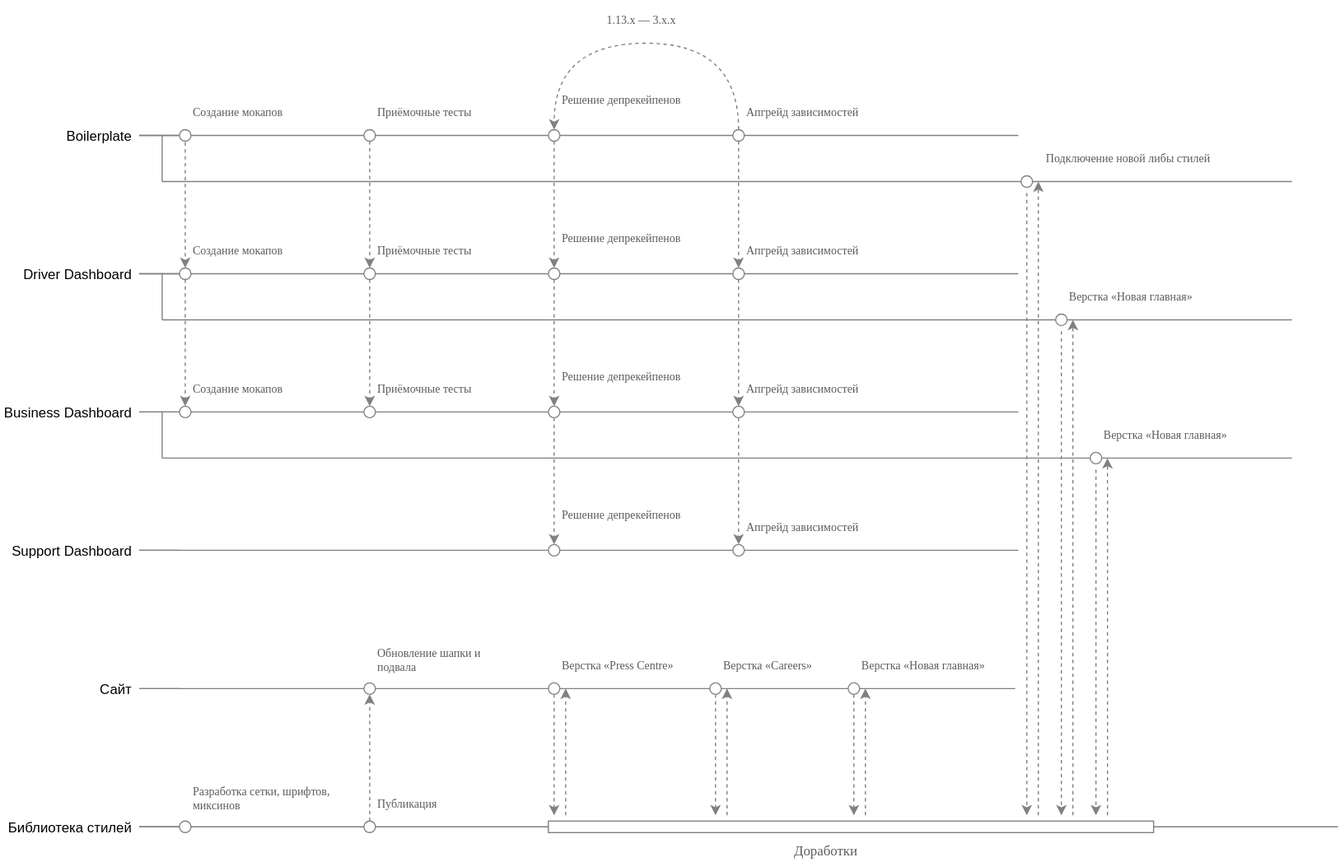
ajile/draw-io keeps this draw.io diagram as web-roadmaps.svg. Above is the earlier version. Source tidied: cells renumbered, new cells last; positions are measured from the earlier drawing's top-left corner, leaving out a move shared by most shapes.
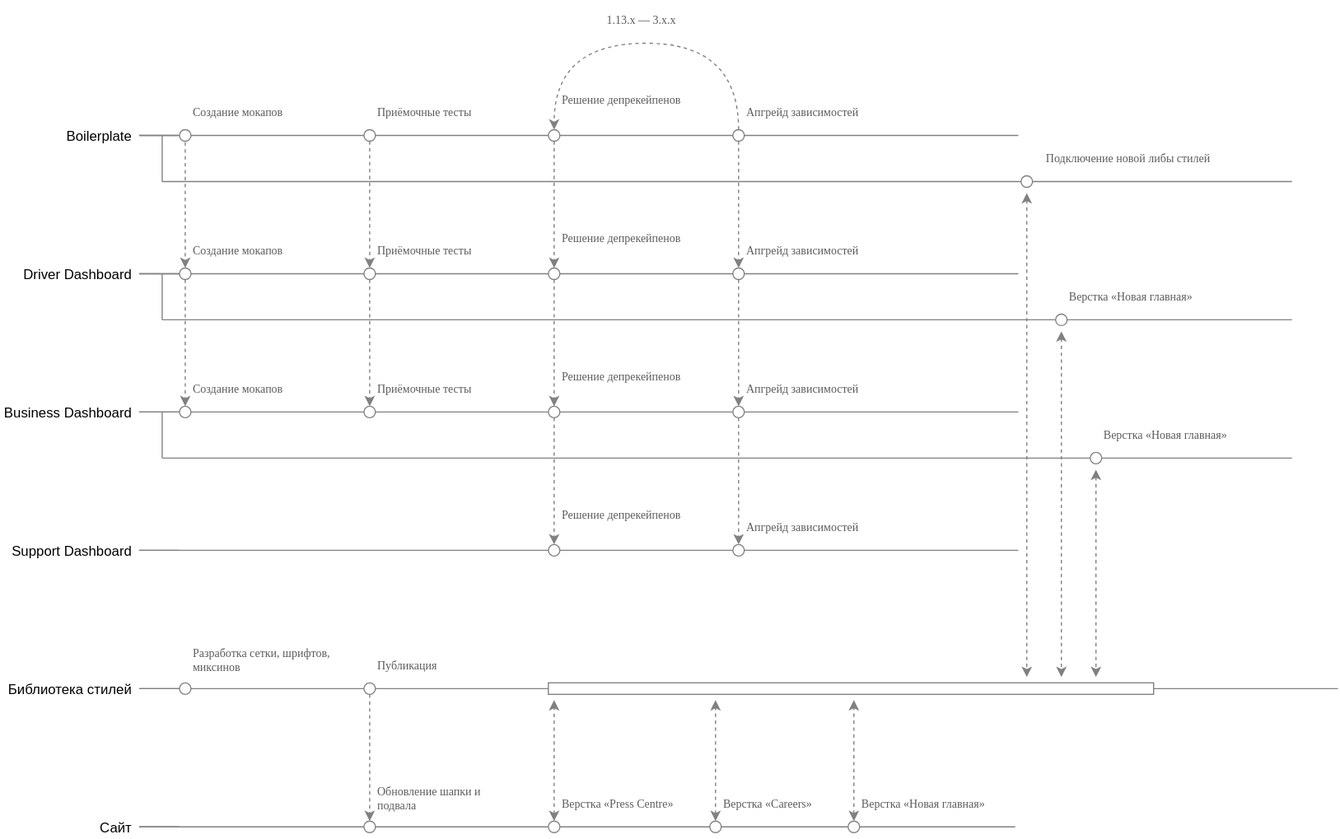
After the commit.

The edit, as a diff of the source:
```diff
@@ -5,10 +5,4 @@
     <mxCell id="2" value="Разработка сетки, шрифтов, миксинов&lt;br&gt;" style="text;html=1;strokeColor=none;fillColor=none;align=left;verticalAlign=middle;whiteSpace=wrap;rounded=0;shadow=0;fontFamily=Verdana;fontSize=10;fontColor=#5C5C5C;horizontal=1;" parent="1" vertex="1">
-      <mxGeometry x="165" y="670" width="125" height="30" as="geometry" />
+      <mxGeometry x="165" y="550" width="125" height="30" as="geometry" />
     </mxCell>
-    <mxCell id="3" style="edgeStyle=orthogonalEdgeStyle;rounded=0;html=1;exitX=0.25;exitY=0;entryX=0.25;entryY=0;dashed=1;labelBackgroundColor=none;startArrow=none;startFill=0;endArrow=classic;endFill=1;jettySize=auto;orthogonalLoop=1;strokeColor=#808080;strokeWidth=1;fontFamily=Verdana;fontSize=10;fontColor=#5C5C5C;" parent="1" edge="1">
-      <mxGeometry relative="1" as="geometry">
-        <mxPoint x="356" y="680" as="sourcePoint" />
-        <mxPoint x="356" y="680" as="targetPoint" />
-      </mxGeometry>
-    </mxCell>
     <mxCell id="4" style="endArrow=none;html=1;labelBackgroundColor=none;strokeColor=#808080;strokeWidth=1;fontFamily=Verdana;fontSize=12;fontColor=#5C5C5C;" parent="1" edge="1">
@@ -199,4 +193,4 @@
       <mxGeometry relative="1" as="geometry">
-        <mxPoint x="120" y="590" as="sourcePoint" />
-        <mxPoint x="880" y="590" as="targetPoint" />
+        <mxPoint x="120" y="710" as="sourcePoint" />
+        <mxPoint x="880" y="710" as="targetPoint" />
       </mxGeometry>
@@ -205,3 +199,3 @@
       <mxGeometry relative="1" as="geometry">
-        <mxPoint x="155" y="590" as="sourcePoint" />
+        <mxPoint x="155" y="710" as="sourcePoint" />
       </mxGeometry>
@@ -209,3 +203,3 @@
     <mxCell id="61" value="&lt;div style=&quot;text-align: left&quot;&gt;Сайт&lt;/div&gt;" style="text;html=1;strokeColor=none;fillColor=none;align=right;verticalAlign=middle;whiteSpace=wrap;rounded=0;spacingRight=5;" parent="1" vertex="1">
-      <mxGeometry y="580" width="120" height="20" as="geometry" />
+      <mxGeometry y="700" width="120" height="20" as="geometry" />
     </mxCell>
@@ -213,32 +207,20 @@
       <mxGeometry relative="1" as="geometry">
-        <mxPoint x="1160" y="710" as="targetPoint" />
+        <mxPoint x="1160" y="590" as="targetPoint" />
       </mxGeometry>
     </mxCell>
-    <mxCell id="63" style="edgeStyle=orthogonalEdgeStyle;rounded=0;html=1;exitX=0.5;exitY=0;entryX=0.5;entryY=0;labelBackgroundColor=none;startArrow=none;startFill=0;endArrow=classic;endFill=1;jettySize=auto;orthogonalLoop=1;strokeColor=#808080;strokeWidth=1;fontFamily=Verdana;fontSize=10;fontColor=#5C5C5C;" parent="1" edge="1">
-      <mxGeometry relative="1" as="geometry">
-        <mxPoint x="508" y="670" as="sourcePoint" />
-        <mxPoint x="508" y="670" as="targetPoint" />
-      </mxGeometry>
-    </mxCell>
     <mxCell id="64" value="&lt;div style=&quot;text-align: left&quot;&gt;Библиотека стилей&lt;/div&gt;" style="text;html=1;strokeColor=none;fillColor=none;align=right;verticalAlign=middle;whiteSpace=wrap;rounded=0;spacingRight=5;" parent="1" vertex="1">
-      <mxGeometry y="700" width="120" height="20" as="geometry" />
+      <mxGeometry y="580" width="120" height="20" as="geometry" />
     </mxCell>
     <mxCell id="65" style="ellipse;whiteSpace=wrap;html=1;rounded=0;shadow=0;strokeColor=#808080;strokeWidth=1;fillColor=#ffffff;gradientColor=none;fontFamily=Verdana;fontSize=12;fontColor=#5C5C5C;align=left;" parent="1" vertex="1">
-      <mxGeometry x="315" y="585" width="10" height="10" as="geometry" />
+      <mxGeometry x="315" y="705" width="10" height="10" as="geometry" />
     </mxCell>
     <mxCell id="66" value="Обновление шапки и подвала" style="text;html=1;strokeColor=none;fillColor=none;align=left;verticalAlign=middle;whiteSpace=wrap;rounded=0;shadow=0;fontFamily=Verdana;fontSize=10;fontColor=#5C5C5C;horizontal=1;" parent="1" vertex="1">
-      <mxGeometry x="325" y="550" width="125" height="30" as="geometry" />
+      <mxGeometry x="325" y="670" width="125" height="30" as="geometry" />
     </mxCell>
-    <mxCell id="67" style="edgeStyle=orthogonalEdgeStyle;rounded=0;html=1;entryX=0.5;entryY=1;dashed=1;labelBackgroundColor=none;startArrow=none;startFill=0;endArrow=classic;endFill=1;jettySize=auto;strokeColor=#808080;strokeWidth=1;fontFamily=Verdana;fontSize=10;fontColor=#5C5C5C;" parent="1" edge="1" source="83" target="65">
+    <mxCell id="67" style="edgeStyle=orthogonalEdgeStyle;rounded=0;html=1;entryX=0.5;entryY=0;dashed=1;labelBackgroundColor=none;startArrow=none;startFill=0;endArrow=classic;endFill=1;jettySize=auto;strokeColor=#808080;strokeWidth=1;fontFamily=Verdana;fontSize=10;fontColor=#5C5C5C;" parent="1" edge="1" source="83" target="65">
       <mxGeometry relative="1" as="geometry" />
     </mxCell>
-    <mxCell id="68" style="edgeStyle=orthogonalEdgeStyle;rounded=0;html=1;exitX=0.5;exitY=0;entryX=0.5;entryY=0;labelBackgroundColor=none;startArrow=none;startFill=0;endArrow=classic;endFill=1;jettySize=auto;orthogonalLoop=1;strokeColor=#808080;strokeWidth=1;fontFamily=Verdana;fontSize=10;fontColor=#5C5C5C;" parent="1" edge="1">
-      <mxGeometry relative="1" as="geometry">
-        <mxPoint x="508" y="590" as="sourcePoint" />
-        <mxPoint x="508" y="590" as="targetPoint" />
-      </mxGeometry>
-    </mxCell>
-    <mxCell id="69" style="edgeStyle=orthogonalEdgeStyle;curved=1;rounded=0;html=1;dashed=1;labelBackgroundColor=none;startArrow=none;startFill=0;endArrow=classic;endFill=1;jettySize=auto;strokeColor=#808080;strokeWidth=1;fontFamily=Verdana;fontSize=10;fontColor=#5C5C5C;" parent="1" edge="1" source="70">
+    <mxCell id="69" style="edgeStyle=orthogonalEdgeStyle;curved=1;rounded=0;html=1;dashed=1;labelBackgroundColor=none;startArrow=classic;startFill=1;endArrow=classic;endFill=1;jettySize=auto;strokeColor=#808080;strokeWidth=1;fontFamily=Verdana;fontSize=10;fontColor=#5C5C5C;" parent="1" edge="1" source="70">
       <mxGeometry relative="1" as="geometry">
-        <mxPoint x="480" y="700" as="targetPoint" />
+        <mxPoint x="480" y="600" as="targetPoint" />
       </mxGeometry>
@@ -246,6 +228,6 @@
     <mxCell id="70" style="ellipse;whiteSpace=wrap;html=1;rounded=0;shadow=0;strokeColor=#808080;strokeWidth=1;fillColor=#ffffff;gradientColor=none;fontFamily=Verdana;fontSize=12;fontColor=#5C5C5C;align=left;" parent="1" vertex="1">
-      <mxGeometry x="475" y="585" width="10" height="10" as="geometry" />
+      <mxGeometry x="475" y="705" width="10" height="10" as="geometry" />
     </mxCell>
     <mxCell id="71" value="Верстка «Press Centre»" style="text;html=1;strokeColor=none;fillColor=none;align=left;verticalAlign=middle;whiteSpace=wrap;rounded=0;shadow=0;fontFamily=Verdana;fontSize=10;fontColor=#5C5C5C;horizontal=1;" parent="1" vertex="1">
-      <mxGeometry x="485" y="560" width="125" height="20" as="geometry" />
+      <mxGeometry x="485" y="680" width="125" height="20" as="geometry" />
     </mxCell>
@@ -254,11 +236,5 @@
     </mxCell>
-    <mxCell id="73" style="edgeStyle=orthogonalEdgeStyle;rounded=0;html=1;exitX=0.5;exitY=0;entryX=0.5;entryY=0;labelBackgroundColor=none;startArrow=none;startFill=0;endArrow=classic;endFill=1;jettySize=auto;orthogonalLoop=1;strokeColor=#808080;strokeWidth=1;fontFamily=Verdana;fontSize=10;fontColor=#5C5C5C;" parent="1" edge="1">
-      <mxGeometry relative="1" as="geometry">
-        <mxPoint x="548" y="630" as="sourcePoint" />
-        <mxPoint x="548" y="630" as="targetPoint" />
-      </mxGeometry>
-    </mxCell>
-    <mxCell id="74" style="edgeStyle=orthogonalEdgeStyle;rounded=0;html=1;dashed=1;labelBackgroundColor=none;startArrow=none;startFill=0;endArrow=classic;endFill=1;jettySize=auto;strokeColor=#808080;strokeWidth=1;fontFamily=Verdana;fontSize=10;fontColor=#5C5C5C;" parent="1" edge="1" source="75">
+    <mxCell id="74" style="edgeStyle=orthogonalEdgeStyle;rounded=0;html=1;dashed=1;labelBackgroundColor=none;startArrow=classic;startFill=1;endArrow=classic;endFill=1;jettySize=auto;strokeColor=#808080;strokeWidth=1;fontFamily=Verdana;fontSize=10;fontColor=#5C5C5C;" parent="1" edge="1" source="75">
       <mxGeometry relative="1" as="geometry">
-        <mxPoint x="620" y="700" as="targetPoint" />
+        <mxPoint x="620" y="600" as="targetPoint" />
       </mxGeometry>
@@ -266,6 +242,6 @@
     <mxCell id="75" style="ellipse;whiteSpace=wrap;html=1;rounded=0;shadow=0;strokeColor=#808080;strokeWidth=1;fillColor=#ffffff;gradientColor=none;fontFamily=Verdana;fontSize=12;fontColor=#5C5C5C;align=left;" parent="1" vertex="1">
-      <mxGeometry x="615" y="585" width="10" height="10" as="geometry" />
+      <mxGeometry x="615" y="705" width="10" height="10" as="geometry" />
     </mxCell>
     <mxCell id="76" value="Верстка «Careers»" style="text;html=1;strokeColor=none;fillColor=none;align=left;verticalAlign=middle;whiteSpace=wrap;rounded=0;shadow=0;fontFamily=Verdana;fontSize=10;fontColor=#5C5C5C;horizontal=1;" parent="1" vertex="1">
-      <mxGeometry x="625" y="560" width="125" height="20" as="geometry" />
+      <mxGeometry x="625" y="680" width="125" height="20" as="geometry" />
     </mxCell>
@@ -281,6 +257,6 @@
     <mxCell id="80" value="Публикация&lt;br&gt;" style="text;html=1;strokeColor=none;fillColor=none;align=left;verticalAlign=middle;whiteSpace=wrap;rounded=0;shadow=0;fontFamily=Verdana;fontSize=10;fontColor=#5C5C5C;horizontal=1;" parent="1" vertex="1">
-      <mxGeometry x="325" y="680" width="125" height="20" as="geometry" />
+      <mxGeometry x="325" y="560" width="125" height="20" as="geometry" />
     </mxCell>
     <mxCell id="81" style="rounded=0;whiteSpace=wrap;html=1;shadow=0;strokeColor=#808080;strokeWidth=1;fillColor=#ffffff;gradientColor=none;fontFamily=Verdana;fontSize=10;fontColor=#5C5C5C;align=right;" parent="1" vertex="1">
-      <mxGeometry x="475" y="705" width="525" height="10" as="geometry" />
+      <mxGeometry x="475" y="585" width="525" height="10" as="geometry" />
     </mxCell>
@@ -288,3 +264,3 @@
       <mxGeometry relative="1" as="geometry">
-        <mxPoint x="120" y="710" as="sourcePoint" />
+        <mxPoint x="120" y="590" as="sourcePoint" />
       </mxGeometry>
@@ -292,6 +268,6 @@
     <mxCell id="83" style="ellipse;whiteSpace=wrap;html=1;rounded=0;shadow=0;strokeColor=#808080;strokeWidth=1;fillColor=#ffffff;gradientColor=none;fontFamily=Verdana;fontSize=12;fontColor=#5C5C5C;align=left;" parent="1" vertex="1">
-      <mxGeometry x="315" y="705" width="10" height="10" as="geometry" />
+      <mxGeometry x="315" y="585" width="10" height="10" as="geometry" />
     </mxCell>
     <mxCell id="84" style="ellipse;whiteSpace=wrap;html=1;rounded=0;shadow=0;strokeColor=#808080;strokeWidth=1;fillColor=#ffffff;gradientColor=none;fontFamily=Verdana;fontSize=12;fontColor=#5C5C5C;align=left;" parent="1" vertex="1">
-      <mxGeometry x="155" y="705" width="10" height="10" as="geometry" />
+      <mxGeometry x="155" y="585" width="10" height="10" as="geometry" />
     </mxCell>
@@ -299,25 +275,10 @@
       <mxGeometry relative="1" as="geometry">
-        <mxPoint x="155" y="710" as="sourcePoint" />
+        <mxPoint x="155" y="590" as="sourcePoint" />
       </mxGeometry>
     </mxCell>
-    <mxCell id="86" value="Доработки" style="text;html=1;strokeColor=none;fillColor=none;align=center;verticalAlign=middle;whiteSpace=wrap;rounded=0;shadow=0;fontFamily=Verdana;fontSize=12;fontColor=#5C5C5C;horizontal=1;" parent="1" vertex="1">
-      <mxGeometry x="480" y="720" width="470" height="20" as="geometry" />
-    </mxCell>
-    <mxCell id="87" style="rounded=0;html=1;dashed=1;labelBackgroundColor=none;startArrow=none;startFill=0;endArrow=classic;endFill=1;jettySize=auto;orthogonalLoop=1;strokeColor=#808080;strokeWidth=1;fontFamily=Verdana;fontSize=10;fontColor=#5C5C5C;" parent="1" edge="1">
-      <mxGeometry relative="1" as="geometry">
-        <mxPoint x="490" y="700" as="sourcePoint" />
-        <mxPoint x="490" y="590" as="targetPoint" />
-      </mxGeometry>
-    </mxCell>
-    <mxCell id="88" style="rounded=0;html=1;dashed=1;labelBackgroundColor=none;startArrow=none;startFill=0;endArrow=classic;endFill=1;jettySize=auto;orthogonalLoop=1;strokeColor=#808080;strokeWidth=1;fontFamily=Verdana;fontSize=10;fontColor=#5C5C5C;" parent="1" edge="1">
-      <mxGeometry relative="1" as="geometry">
-        <mxPoint x="630" y="700" as="sourcePoint" />
-        <mxPoint x="630" y="590" as="targetPoint" />
-      </mxGeometry>
-    </mxCell>
     <mxCell id="89" style="ellipse;whiteSpace=wrap;html=1;rounded=0;shadow=0;strokeColor=#808080;strokeWidth=1;fillColor=#ffffff;gradientColor=none;fontFamily=Verdana;fontSize=12;fontColor=#5C5C5C;align=left;" parent="1" vertex="1">
-      <mxGeometry x="735" y="585" width="10" height="10" as="geometry" />
+      <mxGeometry x="735" y="705" width="10" height="10" as="geometry" />
     </mxCell>
     <mxCell id="90" value="Верстка «Новая главная»" style="text;html=1;strokeColor=none;fillColor=none;align=left;verticalAlign=middle;whiteSpace=wrap;rounded=0;shadow=0;fontFamily=Verdana;fontSize=10;fontColor=#5C5C5C;horizontal=1;" parent="1" vertex="1">
-      <mxGeometry x="745" y="560" width="145" height="20" as="geometry" />
+      <mxGeometry x="745" y="680" width="145" height="20" as="geometry" />
     </mxCell>
@@ -326,14 +287,2 @@
     </mxCell>
-    <mxCell id="92" style="edgeStyle=orthogonalEdgeStyle;rounded=0;html=1;dashed=1;labelBackgroundColor=none;startArrow=none;startFill=0;endArrow=classic;endFill=1;jettySize=auto;orthogonalLoop=1;strokeColor=#808080;strokeWidth=1;fontFamily=Verdana;fontSize=10;fontColor=#5C5C5C;" parent="1" edge="1">
-      <mxGeometry relative="1" as="geometry">
-        <mxPoint x="740" y="595" as="sourcePoint" />
-        <mxPoint x="740" y="700" as="targetPoint" />
-      </mxGeometry>
-    </mxCell>
-    <mxCell id="93" style="rounded=0;html=1;dashed=1;labelBackgroundColor=none;startArrow=none;startFill=0;endArrow=classic;endFill=1;jettySize=auto;orthogonalLoop=1;strokeColor=#808080;strokeWidth=1;fontFamily=Verdana;fontSize=10;fontColor=#5C5C5C;" parent="1" edge="1">
-      <mxGeometry relative="1" as="geometry">
-        <mxPoint x="750" y="700" as="sourcePoint" />
-        <mxPoint x="750" y="590" as="targetPoint" />
-      </mxGeometry>
-    </mxCell>
     <mxCell id="94" style="endArrow=none;html=1;labelBackgroundColor=none;strokeColor=#808080;strokeWidth=1;fontFamily=Verdana;fontSize=12;fontColor=#5C5C5C;" parent="1" edge="1">
@@ -356,14 +305,8 @@
     </mxCell>
-    <mxCell id="98" style="edgeStyle=orthogonalEdgeStyle;rounded=0;html=1;dashed=1;labelBackgroundColor=none;startArrow=none;startFill=0;endArrow=classic;endFill=1;jettySize=auto;orthogonalLoop=1;strokeColor=#808080;strokeWidth=1;fontFamily=Verdana;fontSize=10;fontColor=#5C5C5C;" parent="1" edge="1">
+    <mxCell id="98" style="edgeStyle=orthogonalEdgeStyle;rounded=0;html=1;dashed=1;labelBackgroundColor=none;startArrow=classic;startFill=1;endArrow=classic;endFill=1;jettySize=auto;orthogonalLoop=1;strokeColor=#808080;strokeWidth=1;fontFamily=Verdana;fontSize=10;fontColor=#5C5C5C;" parent="1" edge="1">
       <mxGeometry relative="1" as="geometry">
         <mxPoint x="920" y="280" as="sourcePoint" />
-        <mxPoint x="920" y="700" as="targetPoint" />
+        <mxPoint x="920" y="580" as="targetPoint" />
       </mxGeometry>
     </mxCell>
-    <mxCell id="99" style="rounded=0;html=1;dashed=1;labelBackgroundColor=none;startArrow=none;startFill=0;endArrow=classic;endFill=1;jettySize=auto;orthogonalLoop=1;strokeColor=#808080;strokeWidth=1;fontFamily=Verdana;fontSize=10;fontColor=#5C5C5C;" parent="1" edge="1">
-      <mxGeometry relative="1" as="geometry">
-        <mxPoint x="930" y="700" as="sourcePoint" />
-        <mxPoint x="930" y="270" as="targetPoint" />
-      </mxGeometry>
-    </mxCell>
     <mxCell id="100" style="endArrow=none;html=1;labelBackgroundColor=none;strokeColor=#808080;strokeWidth=1;fontFamily=Verdana;fontSize=12;fontColor=#5C5C5C;" parent="1" edge="1">
@@ -386,14 +329,8 @@
     </mxCell>
-    <mxCell id="104" style="edgeStyle=orthogonalEdgeStyle;rounded=0;html=1;dashed=1;labelBackgroundColor=none;startArrow=none;startFill=0;endArrow=classic;endFill=1;jettySize=auto;orthogonalLoop=1;strokeColor=#808080;strokeWidth=1;fontFamily=Verdana;fontSize=10;fontColor=#5C5C5C;" parent="1" edge="1">
+    <mxCell id="104" style="edgeStyle=orthogonalEdgeStyle;rounded=0;html=1;dashed=1;labelBackgroundColor=none;startArrow=classic;startFill=1;endArrow=classic;endFill=1;jettySize=auto;orthogonalLoop=1;strokeColor=#808080;strokeWidth=1;fontFamily=Verdana;fontSize=10;fontColor=#5C5C5C;" parent="1" edge="1">
       <mxGeometry relative="1" as="geometry">
         <mxPoint x="950" y="400" as="sourcePoint" />
-        <mxPoint x="950" y="700" as="targetPoint" />
+        <mxPoint x="950" y="580" as="targetPoint" />
       </mxGeometry>
     </mxCell>
-    <mxCell id="105" style="rounded=0;html=1;dashed=1;labelBackgroundColor=none;startArrow=none;startFill=0;endArrow=classic;endFill=1;jettySize=auto;orthogonalLoop=1;strokeColor=#808080;strokeWidth=1;fontFamily=Verdana;fontSize=10;fontColor=#5C5C5C;" parent="1" edge="1">
-      <mxGeometry relative="1" as="geometry">
-        <mxPoint x="960" y="700" as="sourcePoint" />
-        <mxPoint x="960" y="390" as="targetPoint" />
-      </mxGeometry>
-    </mxCell>
     <mxCell id="106" style="endArrow=none;html=1;labelBackgroundColor=none;strokeColor=#808080;strokeWidth=1;fontFamily=Verdana;fontSize=12;fontColor=#5C5C5C;" parent="1" edge="1">
@@ -416,14 +353,14 @@
     </mxCell>
-    <mxCell id="110" style="edgeStyle=orthogonalEdgeStyle;rounded=0;html=1;dashed=1;labelBackgroundColor=none;startArrow=none;startFill=0;endArrow=classic;endFill=1;jettySize=auto;orthogonalLoop=1;strokeColor=#808080;strokeWidth=1;fontFamily=Verdana;fontSize=10;fontColor=#5C5C5C;" parent="1" edge="1">
+    <mxCell id="110" style="edgeStyle=orthogonalEdgeStyle;rounded=0;html=1;dashed=1;labelBackgroundColor=none;startArrow=classic;startFill=1;endArrow=classic;endFill=1;jettySize=auto;orthogonalLoop=1;strokeColor=#808080;strokeWidth=1;fontFamily=Verdana;fontSize=10;fontColor=#5C5C5C;" parent="1" edge="1">
       <mxGeometry relative="1" as="geometry">
         <mxPoint x="890" y="160" as="sourcePoint" />
-        <mxPoint x="890" y="700" as="targetPoint" />
+        <mxPoint x="890" y="580" as="targetPoint" />
       </mxGeometry>
     </mxCell>
-    <mxCell id="111" style="rounded=0;html=1;dashed=1;labelBackgroundColor=none;startArrow=none;startFill=0;endArrow=classic;endFill=1;jettySize=auto;orthogonalLoop=1;strokeColor=#808080;strokeWidth=1;fontFamily=Verdana;fontSize=10;fontColor=#5C5C5C;" parent="1" edge="1">
-      <mxGeometry relative="1" as="geometry">
-        <mxPoint x="900" y="700" as="sourcePoint" />
-        <mxPoint x="900" y="150" as="targetPoint" />
-      </mxGeometry>
-    </mxCell>
+    <mxCell id="112" style="edgeStyle=orthogonalEdgeStyle;rounded=0;html=1;dashed=1;labelBackgroundColor=none;startArrow=classic;startFill=1;endArrow=classic;endFill=1;jettySize=auto;orthogonalLoop=1;strokeColor=#808080;strokeWidth=1;fontFamily=Verdana;fontSize=10;fontColor=#5C5C5C;" parent="1" edge="1">
+      <mxGeometry relative="1" as="geometry">
+        <mxPoint x="740" y="705" as="sourcePoint" />
+        <mxPoint x="740" y="600" as="targetPoint" />
+      </mxGeometry>
+    </mxCell>
   </root>
```
